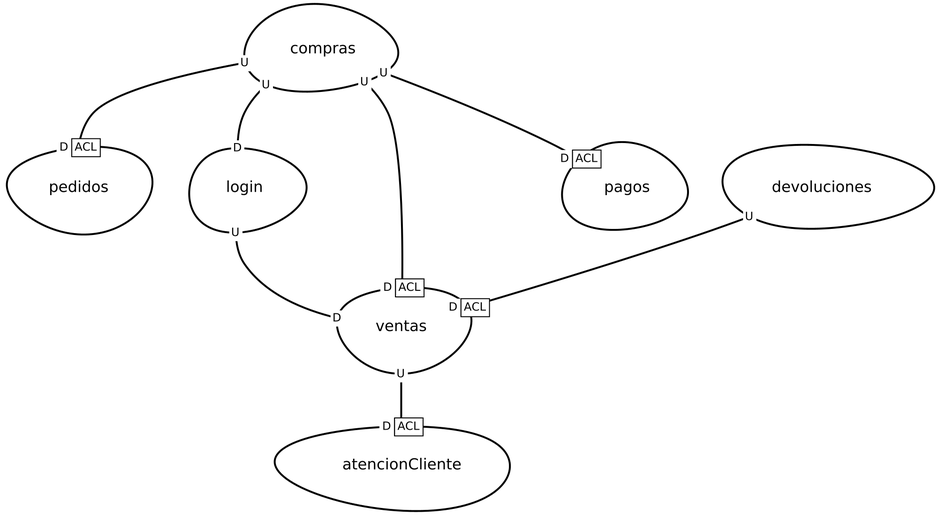
Before: src-gen/LAB02_proyectoEcomerce_ContexMapper_ContextMap.png, a diagram exported from Graphviz (Jhonat20/LAB02_proyectoEcomerce_ContexMapper). Its source is kept beside it as src-gen/LAB02_proyectoEcomerce_ContexMapper_ContextMap.gv.
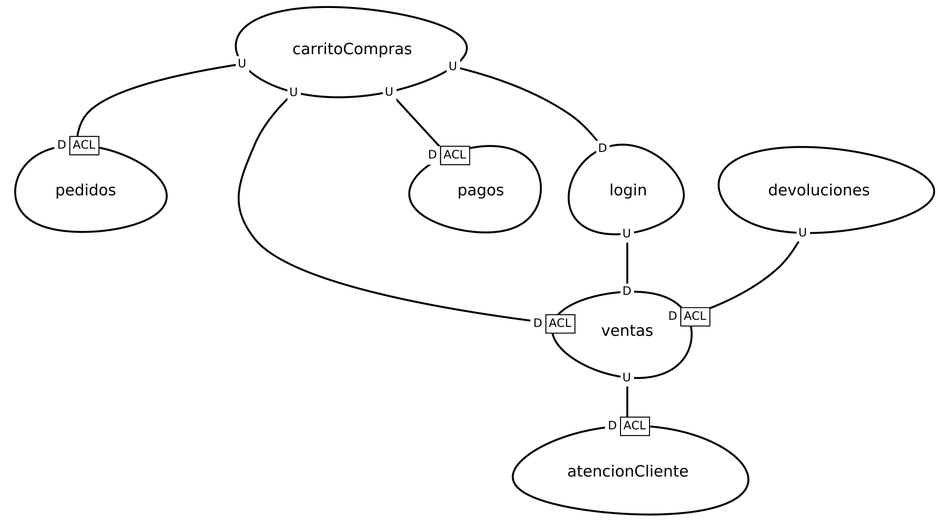
The same diagram one commit later.

Change to the diagram source:
```diff
@@ -1,28 +1,33 @@
 digraph "ContextMapGraph" {
 graph ["imagepath"="/tmp/GraphvizJava"]
-"atencionCliente" ["margin"="0.3","orientation"="41","shape"="egg","fontsize"="16","style"="bold","label"="atencionCliente\n","fontname"="sans-serif"]
-"compras" ["margin"="0.3","orientation"="198","shape"="egg","fontsize"="16","style"="bold","label"="compras\n","fontname"="sans-serif"]
-"pedidos" ["margin"="0.3","orientation"="13","shape"="egg","fontsize"="16","style"="bold","label"="pedidos\n","fontname"="sans-serif"]
-"login" ["margin"="0.3","orientation"="196","shape"="egg","fontsize"="16","style"="bold","label"="login\n","fontname"="sans-serif"]
-"ventas" ["margin"="0.3","orientation"="91","shape"="egg","fontsize"="16","style"="bold","label"="ventas\n","fontname"="sans-serif"]
-"pagos" ["margin"="0.3","orientation"="81","shape"="egg","fontsize"="16","style"="bold","label"="pagos\n","fontname"="sans-serif"]
-"devoluciones" ["margin"="0.3","orientation"="56","shape"="egg","fontsize"="16","style"="bold","label"="devoluciones\n","fontname"="sans-serif"]
-"compras" -> "pedidos" ["headlabel"=<<table cellspacing="0" cellborder="1" border="0">
+"atencionCliente" ["margin"="0.3","orientation"="212","shape"="egg","fontsize"="16","style"="bold","label"="atencionCliente\n","fontname"="sans-serif"]
+"carritoCompras" ["margin"="0.3","orientation"="321","shape"="egg","fontsize"="16","style"="bold","label"="carritoCompras\n","fontname"="sans-serif"]
+"pedidos" ["margin"="0.3","orientation"="1","shape"="egg","fontsize"="16","style"="bold","label"="pedidos\n","fontname"="sans-serif"]
+"ventas" ["margin"="0.3","orientation"="12","shape"="egg","fontsize"="16","style"="bold","label"="ventas\n","fontname"="sans-serif"]
+"pagos" ["margin"="0.3","orientation"="230","shape"="egg","fontsize"="16","style"="bold","label"="pagos\n","fontname"="sans-serif"]
+"login" ["margin"="0.3","orientation"="314","shape"="egg","fontsize"="16","style"="bold","label"="login\n","fontname"="sans-serif"]
+"devoluciones" ["margin"="0.3","orientation"="286","shape"="egg","fontsize"="16","style"="bold","label"="devoluciones\n","fontname"="sans-serif"]
+"carritoCompras" -> "pedidos" ["headlabel"=<<table cellspacing="0" cellborder="1" border="0">
 <tr><td bgcolor="white" sides="r">D</td><td sides="trbl" bgcolor="white"><font>ACL</font></td></tr>
 </table>>,"labeldistance"="0","fontsize"="12","taillabel"=<<table cellspacing="0" cellborder="0" border="0">
 <tr><td bgcolor="white">U</td></tr>
 </table>>,"style"="bold","label"="                                        ","dir"="none","fontname"="sans-serif"]
-"compras" -> "login" ["headlabel"=<<table cellspacing="0" cellborder="0" border="0">
+"carritoCompras" -> "ventas" ["headlabel"=<<table cellspacing="0" cellborder="1" border="0">
+<tr><td bgcolor="white" sides="r">D</td><td sides="trbl" bgcolor="white"><font>ACL</font></td></tr>
+</table>>,"labeldistance"="0","fontsize"="12","taillabel"=<<table cellspacing="0" cellborder="0" border="0">
+<tr><td bgcolor="white">U</td></tr>
+</table>>,"style"="bold","label"="                                        ","dir"="none","fontname"="sans-serif"]
+"carritoCompras" -> "pagos" ["headlabel"=<<table cellspacing="0" cellborder="1" border="0">
+<tr><td bgcolor="white" sides="r">D</td><td sides="trbl" bgcolor="white"><font>ACL</font></td></tr>
+</table>>,"labeldistance"="0","fontsize"="12","taillabel"=<<table cellspacing="0" cellborder="0" border="0">
+<tr><td bgcolor="white">U</td></tr>
+</table>>,"style"="bold","label"="                                        ","dir"="none","fontname"="sans-serif"]
+"carritoCompras" -> "login" ["headlabel"=<<table cellspacing="0" cellborder="0" border="0">
 <tr><td bgcolor="white">D</td></tr>
 </table>>,"labeldistance"="0","fontsize"="12","taillabel"=<<table cellspacing="0" cellborder="0" border="0">
 <tr><td bgcolor="white">U</td></tr>
 </table>>,"style"="bold","label"="                                        ","dir"="none","fontname"="sans-serif"]
-"compras" -> "pagos" ["headlabel"=<<table cellspacing="0" cellborder="1" border="0">
-<tr><td bgcolor="white" sides="r">D</td><td sides="trbl" bgcolor="white"><font>ACL</font></td></tr>
-</table>>,"labeldistance"="0","fontsize"="12","taillabel"=<<table cellspacing="0" cellborder="0" border="0">
-<tr><td bgcolor="white">U</td></tr>
-</table>>,"style"="bold","label"="                                        ","dir"="none","fontname"="sans-serif"]
-"compras" -> "ventas" ["headlabel"=<<table cellspacing="0" cellborder="1" border="0">
+"ventas" -> "atencionCliente" ["headlabel"=<<table cellspacing="0" cellborder="1" border="0">
 <tr><td bgcolor="white" sides="r">D</td><td sides="trbl" bgcolor="white"><font>ACL</font></td></tr>
 </table>>,"labeldistance"="0","fontsize"="12","taillabel"=<<table cellspacing="0" cellborder="0" border="0">
 <tr><td bgcolor="white">U</td></tr>
@@ -32,11 +37,6 @@
 </table>>,"labeldistance"="0","fontsize"="12","taillabel"=<<table cellspacing="0" cellborder="0" border="0">
 <tr><td bgcolor="white">U</td></tr>
 </table>>,"style"="bold","label"="                                        ","dir"="none","fontname"="sans-serif"]
-"ventas" -> "atencionCliente" ["headlabel"=<<table cellspacing="0" cellborder="1" border="0">
-<tr><td bgcolor="white" sides="r">D</td><td sides="trbl" bgcolor="white"><font>ACL</font></td></tr>
-</table>>,"labeldistance"="0","fontsize"="12","taillabel"=<<table cellspacing="0" cellborder="0" border="0">
-<tr><td bgcolor="white">U</td></tr>
-</table>>,"style"="bold","label"="                                        ","dir"="none","fontname"="sans-serif"]
 "devoluciones" -> "ventas" ["headlabel"=<<table cellspacing="0" cellborder="1" border="0">
 <tr><td bgcolor="white" sides="r">D</td><td sides="trbl" bgcolor="white"><font>ACL</font></td></tr>
 </table>>,"labeldistance"="0","fontsize"="12","taillabel"=<<table cellspacing="0" cellborder="0" border="0">
```
